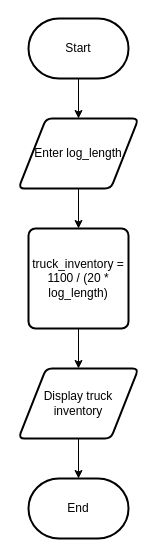
Earlier version of the draw.io diagram flowchart.drawio (Rodas-Nega1/ics4u-unit-1-01-typescript). Source tidied: cells renumbered, new cells numbered last; positions are measured from the earlier drawing's top-left corner, leaving out a move shared by most shapes. Both pictures are drawn from the tidied source at 100%, with x=0, y=0 at pixel (18, 18).
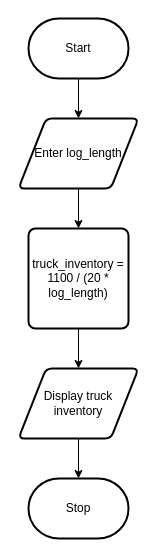
The same diagram, later.

What changed in the source:
```diff
@@
 <mxGraphModel>
   <root>
     <mxCell id="0" />
     <mxCell id="1" parent="0" />
     <mxCell id="2" style="edgeStyle=none;html=1;" parent="1" edge="1" source="3">
       <mxGeometry relative="1" as="geometry">
         <mxPoint x="60" y="100" as="targetPoint" />
       </mxGeometry>
     </mxCell>
     <mxCell id="3" value="Start" style="strokeWidth=2;html=1;shape=mxgraph.flowchart.terminator;whiteSpace=wrap;" parent="1" vertex="1">
       <mxGeometry x="10" width="100" height="60" as="geometry" />
     </mxCell>
     <mxCell id="4" style="edgeStyle=none;html=1;" parent="1" edge="1" source="5">
       <mxGeometry relative="1" as="geometry">
         <mxPoint x="60" y="210" as="targetPoint" />
       </mxGeometry>
     </mxCell>
     <mxCell id="5" value="Enter log_length" style="shape=parallelogram;html=1;strokeWidth=2;perimeter=parallelogramPerimeter;whiteSpace=wrap;rounded=1;arcSize=12;size=0.23;" parent="1" vertex="1">
       <mxGeometry y="100" width="120" height="70" as="geometry" />
     </mxCell>
     <mxCell id="6" style="edgeStyle=none;html=1;" parent="1" edge="1" source="7">
       <mxGeometry relative="1" as="geometry">
         <mxPoint x="60" y="350" as="targetPoint" />
       </mxGeometry>
     </mxCell>
     <mxCell id="7" value="truck_inventory = 1100 / (20 * log_length)" style="rounded=1;whiteSpace=wrap;html=1;absoluteArcSize=1;arcSize=14;strokeWidth=2;" parent="1" vertex="1">
       <mxGeometry x="10" y="210" width="100" height="100" as="geometry" />
     </mxCell>
     <mxCell id="8" style="edgeStyle=none;html=1;" parent="1" edge="1" source="9">
       <mxGeometry relative="1" as="geometry">
         <mxPoint x="60" y="460" as="targetPoint" />
       </mxGeometry>
     </mxCell>
     <mxCell id="9" value="Display truck inventory" style="shape=parallelogram;html=1;strokeWidth=2;perimeter=parallelogramPerimeter;whiteSpace=wrap;rounded=1;arcSize=12;size=0.23;" parent="1" vertex="1">
       <mxGeometry y="350" width="120" height="70" as="geometry" />
     </mxCell>
-    <mxCell id="10" value="End" style="strokeWidth=2;html=1;shape=mxgraph.flowchart.terminator;whiteSpace=wrap;" parent="1" vertex="1">
+    <mxCell id="10" value="Stop" style="strokeWidth=2;html=1;shape=mxgraph.flowchart.terminator;whiteSpace=wrap;" parent="1" vertex="1">
       <mxGeometry x="10" y="460" width="100" height="60" as="geometry" />
     </mxCell>
   </root>
 </mxGraphModel>
```
